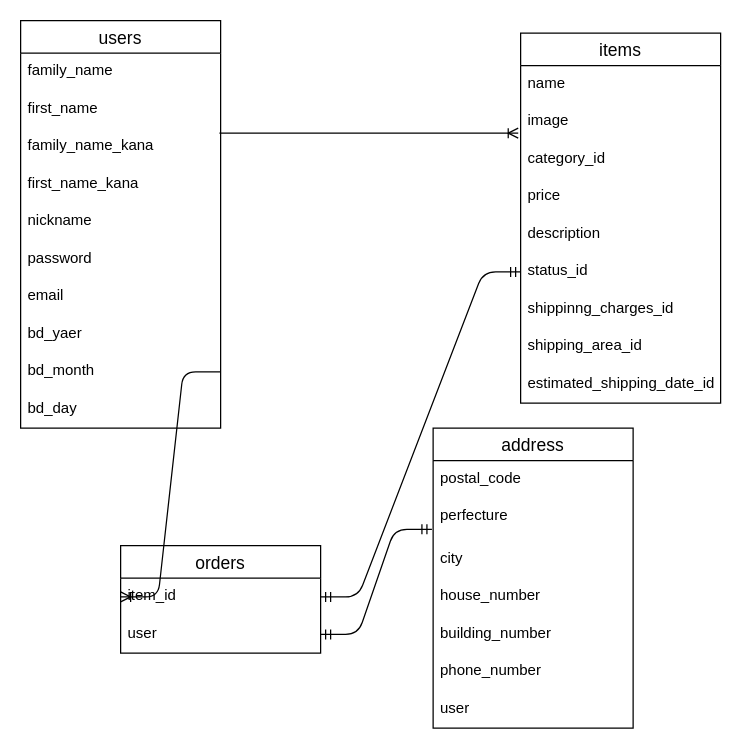
This is er.dio from emi-sqbt/furima-30594, a draw.io file, before an edit. Source tidied: cells renumbered, new cells numbered last; positions are measured from the earlier drawing's top-left corner, leaving out a move shared by most shapes. Both pictures are drawn from the tidied source at 125%, with x=0, y=0 at pixel (20, 20).
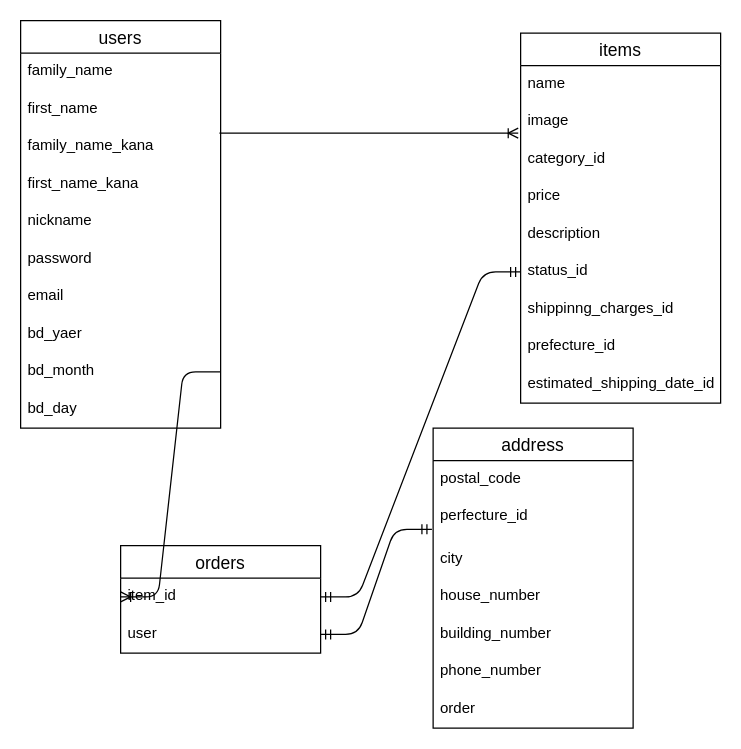
The same page after the edit.

The change refers to these unchanged cells:
```xml
<mxCell id="16" value="items" style="swimlane;fontStyle=0;horizontal=1;startSize=26;align=center;fontSize=14;" parent="1" vertex="1">
  <mxGeometry x="400" y="10" width="160" height="296" as="geometry" />
</mxCell>
<mxCell id="29" value="address" style="swimlane;fontStyle=0;horizontal=1;startSize=26;align=center;fontSize=14;" parent="1" vertex="1">
  <mxGeometry x="330" y="326" width="160" height="240" as="geometry" />
</mxCell>
```

What changed in the source:
```diff
@@
-    <mxCell id="24" value="shipping_area_id" style="text;strokeColor=none;fillColor=none;spacingLeft=4;spacingRight=4;overflow=hidden;fontSize=12;" parent="16" vertex="1">
+    <mxCell id="24" value="prefecture_id" style="text;strokeColor=none;fillColor=none;spacingLeft=4;spacingRight=4;overflow=hidden;fontSize=12;" parent="16" vertex="1">
       <mxGeometry y="236" width="160" height="30" as="geometry" />
     </mxCell>
@@
-    <mxCell id="31" value="perfecture" style="text;strokeColor=none;fillColor=none;spacingLeft=4;spacingRight=4;overflow=hidden;points=[[0,0.5],[1,0.5]];portConstraint=eastwest;fontSize=12;" parent="29" vertex="1">
+    <mxCell id="31" value="perfecture_id" style="text;strokeColor=none;fillColor=none;spacingLeft=4;spacingRight=4;overflow=hidden;points=[[0,0.5],[1,0.5]];portConstraint=eastwest;fontSize=12;" parent="29" vertex="1">
       <mxGeometry y="56" width="160" height="34" as="geometry" />
     </mxCell>
@@
-    <mxCell id="36" value="user" style="text;strokeColor=none;fillColor=none;spacingLeft=4;spacingRight=4;overflow=hidden;fontSize=12;" parent="29" vertex="1">
+    <mxCell id="36" value="order" style="text;strokeColor=none;fillColor=none;spacingLeft=4;spacingRight=4;overflow=hidden;fontSize=12;" parent="29" vertex="1">
       <mxGeometry y="210" width="160" height="30" as="geometry" />
     </mxCell>
```
